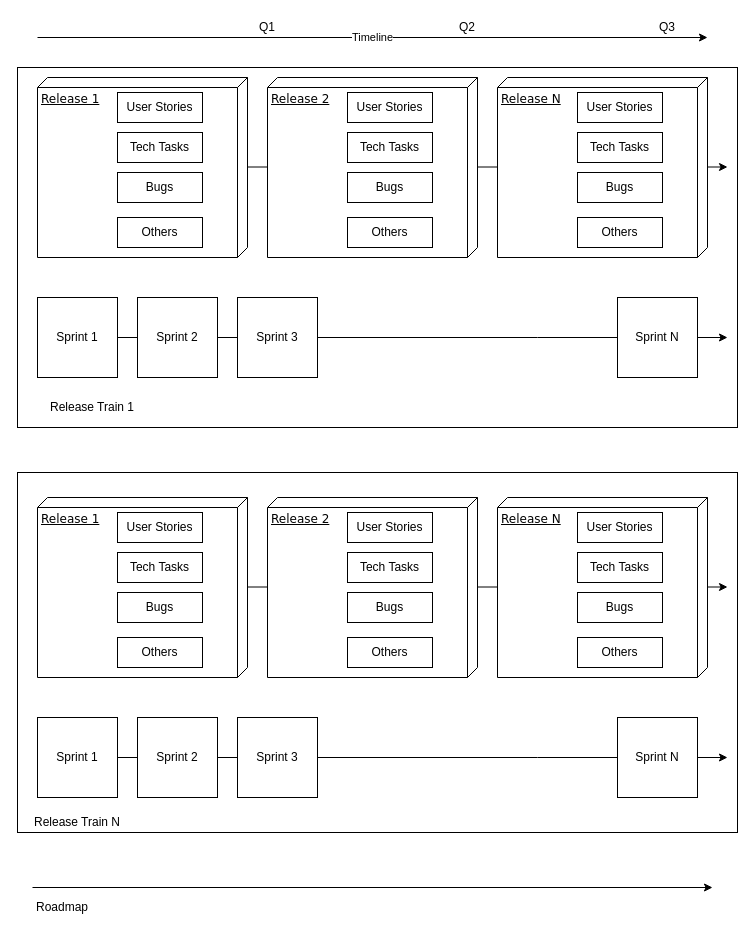
This is page "Jira - Structure" (1 of 4) of Untitled Diagram.drawio from j-croix/Python_basics, a draw.io file, before an edit. Source tidied: cells renumbered, new cells numbered last; positions are measured from the earlier drawing's top-left corner, leaving out a move shared by most shapes. Both pictures are drawn from the tidied source at 100%, with x=0, y=0 at pixel (17, 17).
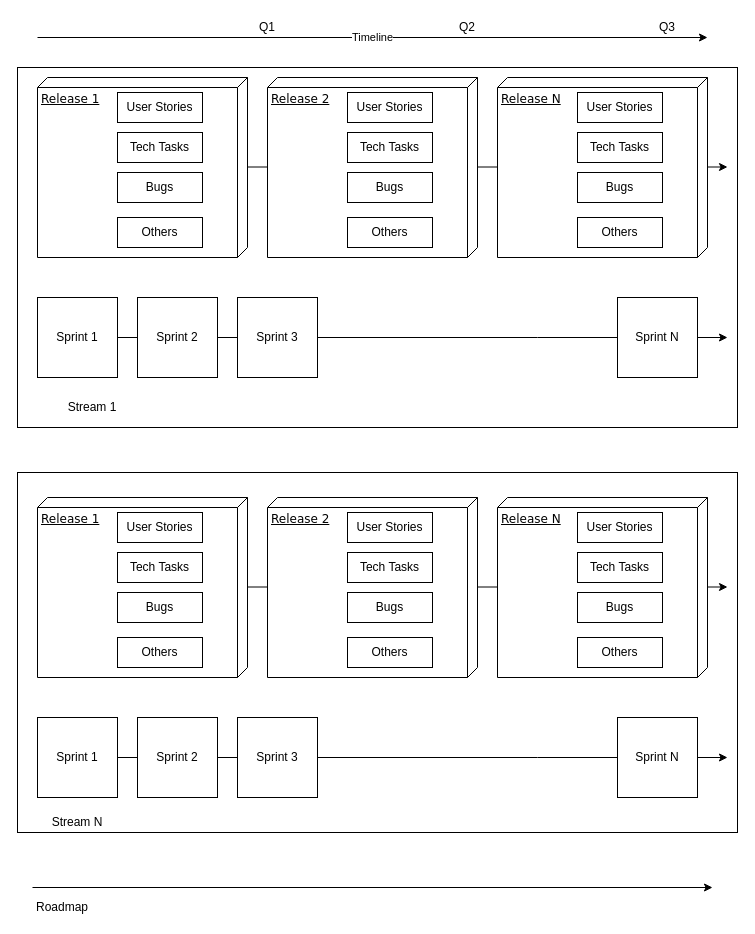
The same diagram, later.

Change to the diagram source:
```diff
@@
-    <mxCell id="30" value="Release Train 1" style="text;html=1;strokeColor=none;fillColor=none;align=center;verticalAlign=middle;whiteSpace=wrap;overflow=hidden;" parent="1" vertex="1">
+    <mxCell id="30" value="Stream 1" style="text;html=1;strokeColor=none;fillColor=none;align=center;verticalAlign=middle;whiteSpace=wrap;overflow=hidden;" parent="1" vertex="1">
       <mxGeometry x="20" y="380" width="110" height="20" as="geometry" />
     </mxCell>
@@
-    <mxCell id="53" value="Release Train N" style="text;html=1;strokeColor=none;fillColor=none;align=center;verticalAlign=middle;whiteSpace=wrap;overflow=hidden;" parent="1" vertex="1">
+    <mxCell id="53" value="Stream N" style="text;html=1;strokeColor=none;fillColor=none;align=center;verticalAlign=middle;whiteSpace=wrap;overflow=hidden;" parent="1" vertex="1">
       <mxGeometry x="5" y="795" width="110" height="20" as="geometry" />
     </mxCell>
```
